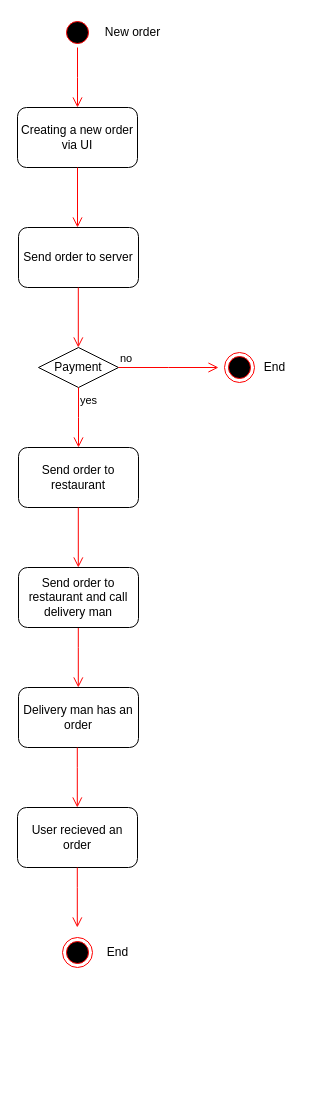
Before: dia3.drawio in Anton-beep/task33, a draw.io diagram. Source tidied: cells renumbered, new cells numbered last; positions are measured from the earlier drawing's top-left corner, leaving out a move shared by most shapes. Both pictures are drawn from the tidied source at 100%, with x=0, y=0 at pixel (17, 17).
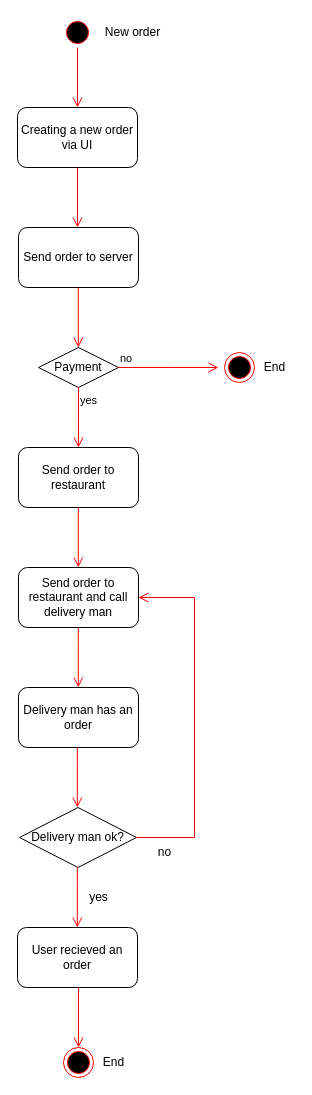
Above is the later version.

The change refers to these unchanged cells:
```xml
<mxCell id="18" value="Send order to restaurant and call delivery man" style="rounded=1;whiteSpace=wrap;html=1;" parent="1" vertex="1">
  <mxGeometry x="1" y="550" width="120" height="60" as="geometry" />
</mxCell>
```

The edit, as a diff of the source:
```diff
@@
     <mxCell id="20" value="User recieved an order" style="rounded=1;whiteSpace=wrap;html=1;" parent="1" vertex="1">
-      <mxGeometry y="790" width="120" height="60" as="geometry" />
+      <mxGeometry y="910" width="120" height="60" as="geometry" />
     </mxCell>
     <mxCell id="21" style="ellipse;html=1;shape=endState;fillColor=#000000;strokeColor=#ff0000;" parent="1" vertex="1">
-      <mxGeometry x="45" y="920" width="30" height="30" as="geometry" />
+      <mxGeometry x="46" y="1030" width="30" height="30" as="geometry" />
     </mxCell>
     <mxCell id="22" value="End" style="text;html=1;align=center;verticalAlign=middle;strokeColor=none;fillColor=none;" parent="1" vertex="1">
-      <mxGeometry x="80" y="920" width="40" height="30" as="geometry" />
+      <mxGeometry x="76" y="1030" width="40" height="30" as="geometry" />
     </mxCell>
     <mxCell id="23" style="edgeStyle=orthogonalEdgeStyle;html=1;verticalAlign=bottom;endArrow=open;endSize=8;strokeColor=#ff0000;rounded=0;" parent="1" edge="1">
       <mxGeometry relative="1" as="geometry">
-        <mxPoint x="59.8" y="850" as="sourcePoint" />
-        <mxPoint x="59.8" y="910" as="targetPoint" />
+        <mxPoint x="61" y="970" as="sourcePoint" />
+        <mxPoint x="61" y="1030" as="targetPoint" />
         <Array as="points">
-          <mxPoint x="60" y="870" />
-          <mxPoint x="60" y="870" />
+          <mxPoint x="61.2" y="990" />
+          <mxPoint x="61.2" y="990" />
         </Array>
       </mxGeometry>
     </mxCell>
+    <mxCell id="24" value="Delivery man ok?" style="rhombus;whiteSpace=wrap;html=1;" parent="1" vertex="1">
+      <mxGeometry x="2" y="790" width="117" height="60" as="geometry" />
+    </mxCell>
+    <mxCell id="25" style="edgeStyle=orthogonalEdgeStyle;html=1;verticalAlign=bottom;endArrow=open;endSize=8;strokeColor=#ff0000;rounded=0;" parent="1" edge="1">
+      <mxGeometry relative="1" as="geometry">
+        <mxPoint x="59.8" y="850" as="sourcePoint" />
+        <mxPoint x="59.8" y="910" as="targetPoint" />
+        <Array as="points">
+          <mxPoint x="60" y="870" />
+          <mxPoint x="60" y="870" />
+        </Array>
+      </mxGeometry>
+    </mxCell>
+    <mxCell id="26" value="yes" style="text;html=1;align=center;verticalAlign=middle;strokeColor=none;fillColor=none;" parent="1" vertex="1">
+      <mxGeometry x="61" y="865" width="40" height="30" as="geometry" />
+    </mxCell>
+    <mxCell id="27" style="edgeStyle=orthogonalEdgeStyle;html=1;verticalAlign=bottom;endArrow=open;endSize=8;strokeColor=#ff0000;rounded=0;exitX=1;exitY=0.5;exitDx=0;exitDy=0;entryX=1;entryY=0.5;entryDx=0;entryDy=0;" parent="1" edge="1" source="24" target="18">
+      <mxGeometry relative="1" as="geometry">
+        <Array as="points">
+          <mxPoint x="177" y="820" />
+          <mxPoint x="177" y="580" />
+        </Array>
+      </mxGeometry>
+    </mxCell>
+    <mxCell id="28" value="no" style="text;html=1;align=center;verticalAlign=middle;strokeColor=none;fillColor=none;" parent="1" vertex="1">
+      <mxGeometry x="127" y="820" width="40" height="30" as="geometry" />
+    </mxCell>
```
